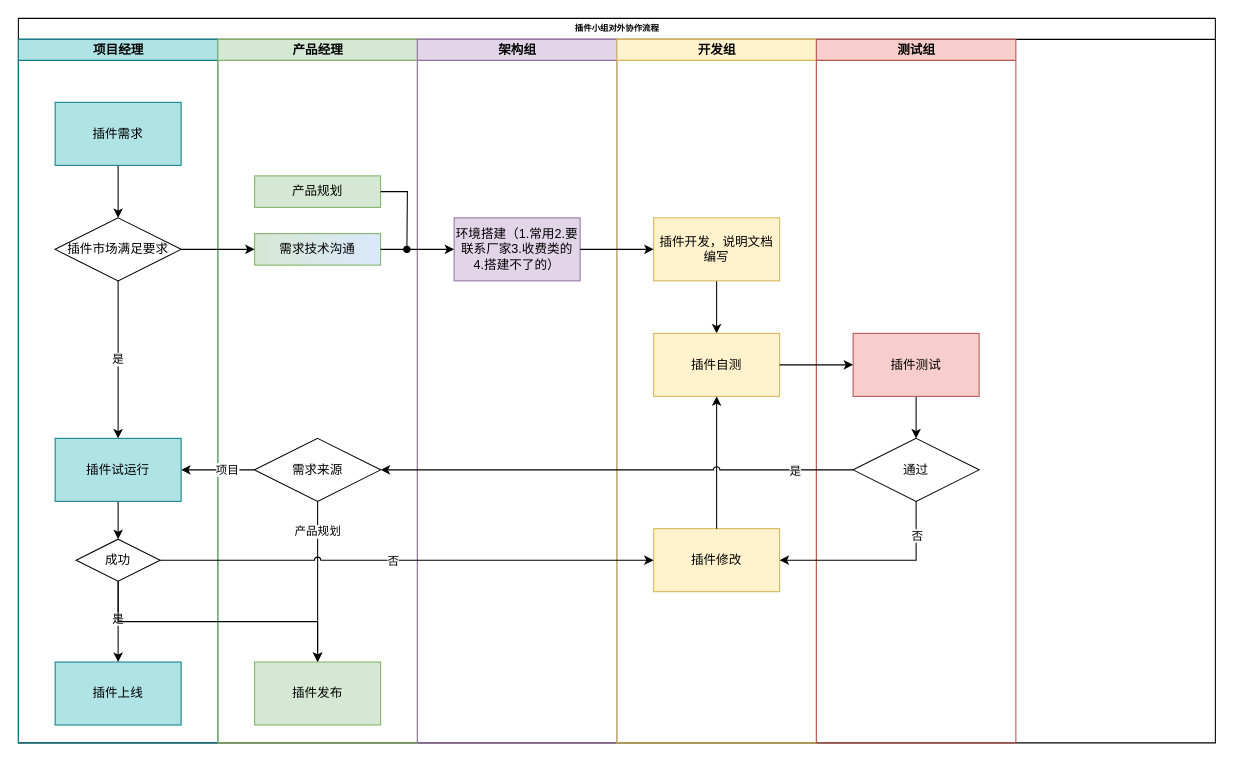
This is 简化版.drawio from chliang916/ceshi, a draw.io file, before an edit. Source tidied: cells renumbered, new cells numbered last; positions are measured from the earlier drawing's top-left corner, leaving out a move shared by most shapes. Both pictures are drawn from the tidied source at 105%, with x=0, y=0 at pixel (18, 18).
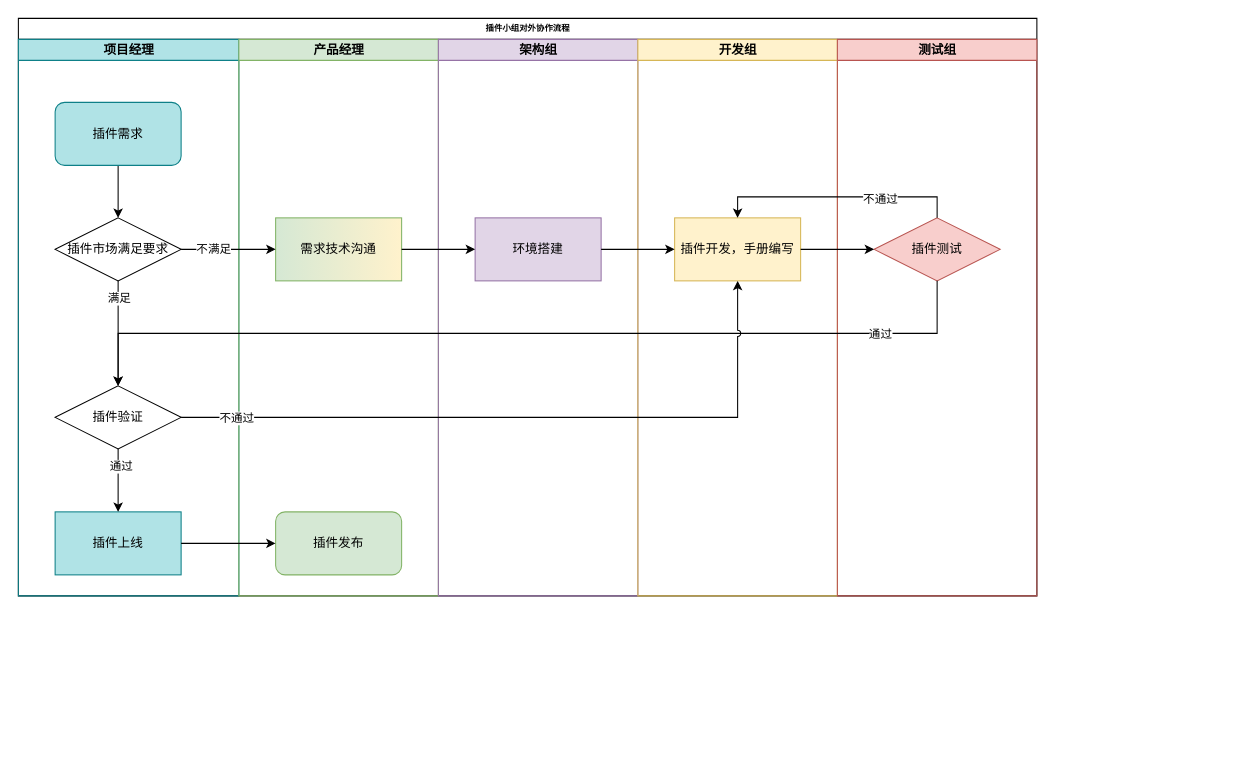
The same diagram, later.

The change refers to these unchanged cells:
```xml
<mxCell id="13" value="插件市场满足要求" style="rhombus;whiteSpace=wrap;html=1;fillColor=none;strokeColor=default;" parent="3" vertex="1">
  <mxGeometry x="35" y="170" width="120" height="60" as="geometry" />
</mxCell>
<mxCell id="44" style="edgeStyle=orthogonalEdgeStyle;rounded=0;jettySize=auto;html=1;entryX=0;entryY=0.5;entryDx=0;entryDy=0;" parent="2" edge="1" source="13" target="17">
  <mxGeometry relative="1" as="geometry" />
</mxCell>
```

The edit, as a diff of the source:
```diff
@@
     <mxCell id="2" value="插件小组对外协作流程" style="swimlane;html=1;startSize=20;rounded=0;shadow=0;labelBackgroundColor=none;strokeWidth=1;fontFamily=Verdana;fontSize=8;align=center;direction=east;swimlaneFillColor=none;" parent="1" vertex="1">
-      <mxGeometry width="1140" height="690" as="geometry" />
+      <mxGeometry width="970" height="550" as="geometry" />
     </mxCell>
     <mxCell id="3" value="项目经理" style="swimlane;html=1;startSize=20;fillColor=#B0E3E6;strokeColor=#0e8088;" parent="2" vertex="1">
-      <mxGeometry y="20" width="190" height="670" as="geometry" />
+      <mxGeometry y="20" width="210" height="530" as="geometry" />
     </mxCell>
@@
-    <mxCell id="5" value="插件需求" style="rounded=0;whiteSpace=wrap;html=1;fillColor=#b0e3e6;strokeColor=#0e8088;" parent="3" vertex="1">
+    <mxCell id="5" value="插件需求" style="rounded=1;whiteSpace=wrap;html=1;fillColor=#b0e3e6;strokeColor=#0e8088;" parent="3" vertex="1">
       <mxGeometry x="35" y="60" width="120" height="60" as="geometry" />
     </mxCell>
     <mxCell id="6" value="插件上线" style="rounded=0;whiteSpace=wrap;html=1;fillColor=#b0e3e6;strokeColor=#0e8088;" parent="3" vertex="1">
-      <mxGeometry x="35" y="593" width="120" height="60" as="geometry" />
+      <mxGeometry x="35" y="450" width="120" height="60" as="geometry" />
     </mxCell>
-    <mxCell id="7" style="edgeStyle=orthogonalEdgeStyle;rounded=0;sketch=0;jettySize=auto;html=1;entryX=0.5;entryY=0;entryDx=0;entryDy=0;shadow=0;" parent="3" edge="1" source="9" target="6">
-      <mxGeometry relative="1" as="geometry" />
-    </mxCell>
-    <mxCell id="8" value="是" style="edgeLabel;html=1;align=center;verticalAlign=middle;" parent="7" vertex="1">
-      <mxGeometry x="-0.08" y="-1" relative="1" as="geometry" />
-    </mxCell>
-    <mxCell id="9" value="成功" style="rhombus;whiteSpace=wrap;html=1;" parent="3" vertex="1">
-      <mxGeometry x="55" y="476" width="80" height="40" as="geometry" />
-    </mxCell>
-    <mxCell id="10" style="edgeStyle=orthogonalEdgeStyle;rounded=0;sketch=0;jettySize=auto;html=1;exitX=0.5;exitY=1;exitDx=0;exitDy=0;entryX=0.5;entryY=0;entryDx=0;entryDy=0;shadow=0;" parent="3" edge="1" source="11" target="9">
-      <mxGeometry relative="1" as="geometry" />
-    </mxCell>
-    <mxCell id="11" value="插件试运行" style="rounded=0;whiteSpace=wrap;html=1;fillColor=#b0e3e6;strokeColor=#0e8088;" parent="3" vertex="1">
-      <mxGeometry x="35" y="380" width="120" height="60" as="geometry" />
-    </mxCell>
-    <mxCell id="12" value="是" style="edgeStyle=orthogonalEdgeStyle;rounded=0;sketch=0;jettySize=auto;html=1;exitX=0.5;exitY=1;exitDx=0;exitDy=0;entryX=0.5;entryY=0;entryDx=0;entryDy=0;shadow=0;" parent="3" edge="1" source="13" target="11">
-      <mxGeometry relative="1" as="geometry" />
-    </mxCell>
+    <mxCell id="47" style="edgeStyle=orthogonalEdgeStyle;rounded=0;jettySize=auto;html=1;entryX=0.5;entryY=0;entryDx=0;entryDy=0;endArrow=classic;endFill=1;" parent="3" edge="1" source="13" target="51">
+      <mxGeometry relative="1" as="geometry" />
+    </mxCell>
+    <mxCell id="48" value="满足" style="edgeLabel;html=1;align=center;verticalAlign=middle;" parent="47" vertex="1">
+      <mxGeometry x="-0.68" relative="1" as="geometry" />
+    </mxCell>
@@
+    <mxCell id="49" style="edgeStyle=orthogonalEdgeStyle;rounded=0;jettySize=auto;html=1;entryX=0.5;entryY=0;entryDx=0;entryDy=0;endArrow=classic;endFill=1;" parent="3" edge="1" source="51" target="6">
+      <mxGeometry relative="1" as="geometry" />
+    </mxCell>
+    <mxCell id="50" value="通过" style="edgeLabel;html=1;align=center;verticalAlign=middle;" parent="49" vertex="1">
+      <mxGeometry x="-0.48" y="2" relative="1" as="geometry" />
+    </mxCell>
+    <mxCell id="51" value="插件验证" style="rhombus;whiteSpace=wrap;html=1;fillColor=none;strokeColor=default;" parent="3" vertex="1">
+      <mxGeometry x="35" y="330" width="120" height="60" as="geometry" />
+    </mxCell>
     <mxCell id="14" value="产品经理" style="swimlane;html=1;startSize=20;fillColor=#d5e8d4;strokeColor=#82b366;swimlaneFillColor=none;" parent="2" vertex="1">
-      <mxGeometry x="190" y="20" width="190" height="670" as="geometry" />
+      <mxGeometry x="210" y="20" width="190" height="530" as="geometry" />
     </mxCell>
-    <mxCell id="15" value="产品规划" style="rounded=0;whiteSpace=wrap;html=1;fillColor=#D5E8D4;strokeColor=#82b366;gradientDirection=east;" parent="14" vertex="1">
-      <mxGeometry x="35" y="130" width="120" height="30" as="geometry" />
-    </mxCell>
-    <mxCell id="16" value="插件发布" style="rounded=0;whiteSpace=wrap;html=1;fillColor=#d5e8d4;strokeColor=#82b366;" parent="14" vertex="1">
-      <mxGeometry x="35" y="593" width="120" height="60" as="geometry" />
+    <mxCell id="16" value="插件发布" style="rounded=1;whiteSpace=wrap;html=1;fillColor=#d5e8d4;strokeColor=#82b366;glass=0;sketch=0;shadow=0;" parent="14" vertex="1">
+      <mxGeometry x="35" y="450" width="120" height="60" as="geometry" />
     </mxCell>
-    <mxCell id="17" value="需求技术沟通" style="rounded=0;whiteSpace=wrap;html=1;fillColor=#d5e8d4;strokeColor=#82b366;gradientColor=#DAE8FC;gradientDirection=east;" parent="14" vertex="1">
-      <mxGeometry x="35" y="185" width="120" height="30" as="geometry" />
+    <mxCell id="17" value="需求技术沟通" style="rounded=0;whiteSpace=wrap;html=1;fillColor=#d5e8d4;strokeColor=#82b366;gradientDirection=east;gradientColor=#FFF2CC;" parent="14" vertex="1">
+      <mxGeometry x="35" y="170" width="120" height="60" as="geometry" />
     </mxCell>
-    <mxCell id="18" style="edgeStyle=orthogonalEdgeStyle;rounded=0;jettySize=auto;html=1;entryX=0.5;entryY=0;entryDx=0;entryDy=0;endArrow=classic;endFill=1;" parent="14" edge="1" source="20" target="16">
-      <mxGeometry relative="1" as="geometry" />
-    </mxCell>
-    <mxCell id="19" value="产品规划" style="edgeLabel;html=1;align=center;verticalAlign=middle;" parent="18" vertex="1">
-      <mxGeometry x="-0.64" y="-1" relative="1" as="geometry" />
-    </mxCell>
-    <mxCell id="20" value="需求来源" style="rhombus;whiteSpace=wrap;html=1;fillColor=none;strokeColor=default;" parent="14" vertex="1">
-      <mxGeometry x="35" y="380" width="120" height="60" as="geometry" />
-    </mxCell>
     <mxCell id="21" value="架构组" style="swimlane;html=1;startSize=20;fillColor=#e1d5e7;strokeColor=#9673a6;" parent="2" vertex="1">
-      <mxGeometry x="380" y="20" width="190" height="670" as="geometry" />
+      <mxGeometry x="400" y="20" width="190" height="530" as="geometry" />
     </mxCell>
-    <mxCell id="22" value="环境搭建（1.常用2.要联系厂家3.收费类的&lt;br&gt;4.搭建不了的）" style="rounded=0;whiteSpace=wrap;html=1;fillColor=#e1d5e7;strokeColor=#9673a6;" parent="21" vertex="1">
+    <mxCell id="22" value="环境搭建" style="rounded=0;whiteSpace=wrap;html=1;fillColor=#e1d5e7;strokeColor=#9673a6;" parent="21" vertex="1">
       <mxGeometry x="35" y="170" width="120" height="60" as="geometry" />
     </mxCell>
     <mxCell id="23" value="开发组" style="swimlane;html=1;startSize=20;direction=east;fillColor=#fff2cc;strokeColor=#d6b656;" parent="2" vertex="1">
-      <mxGeometry x="570" y="20" width="190" height="670" as="geometry" />
+      <mxGeometry x="590" y="20" width="190" height="530" as="geometry" />
     </mxCell>
-    <mxCell id="24" style="edgeStyle=orthogonalEdgeStyle;rounded=0;sketch=0;jettySize=auto;html=1;entryX=0.5;entryY=0;entryDx=0;entryDy=0;shadow=0;" parent="23" edge="1" source="25" target="26">
-      <mxGeometry relative="1" as="geometry" />
-    </mxCell>
-    <mxCell id="25" value="插件开发，说明文档编写" style="rounded=0;whiteSpace=wrap;html=1;fillColor=#fff2cc;strokeColor=#d6b656;" parent="23" vertex="1">
-      <mxGeometry x="35" y="170" width="120" height="60" as="geometry" />
-    </mxCell>
-    <mxCell id="26" value="插件自测" style="rounded=0;whiteSpace=wrap;html=1;fillColor=#fff2cc;strokeColor=#d6b656;" parent="23" vertex="1">
-      <mxGeometry x="35" y="280" width="120" height="60" as="geometry" />
-    </mxCell>
-    <mxCell id="27" value="插件修改" style="rounded=0;whiteSpace=wrap;html=1;fillColor=#fff2cc;strokeColor=#d6b656;" parent="23" vertex="1">
-      <mxGeometry x="35" y="466" width="120" height="60" as="geometry" />
-    </mxCell>
-    <mxCell id="28" style="edgeStyle=orthogonalEdgeStyle;rounded=0;jettySize=auto;html=1;entryX=0.5;entryY=1;entryDx=0;entryDy=0;" parent="23" edge="1" source="27" target="26">
-      <mxGeometry relative="1" as="geometry" />
-    </mxCell>
+    <mxCell id="52" value="插件开发，手册编写" style="rounded=0;whiteSpace=wrap;html=1;fillColor=#fff2cc;strokeColor=#d6b656;" parent="23" vertex="1">
+      <mxGeometry x="35" y="170" width="120" height="60" as="geometry" />
+    </mxCell>
     <mxCell id="29" value="测试组" style="swimlane;html=1;startSize=20;direction=east;fillColor=#f8cecc;strokeColor=#b85450;" parent="2" vertex="1">
-      <mxGeometry x="760" y="20" width="190" height="670" as="geometry" />
+      <mxGeometry x="780" y="20" width="190" height="530" as="geometry" />
     </mxCell>
-    <mxCell id="30" style="edgeStyle=orthogonalEdgeStyle;rounded=0;jettySize=auto;html=1;entryX=0.5;entryY=0;entryDx=0;entryDy=0;endArrow=classic;endFill=1;" parent="29" edge="1" source="31" target="32">
-      <mxGeometry relative="1" as="geometry" />
-    </mxCell>
-    <mxCell id="31" value="插件测试" style="rounded=0;whiteSpace=wrap;html=1;fillColor=#f8cecc;strokeColor=#b85450;" parent="29" vertex="1">
-      <mxGeometry x="35" y="280" width="120" height="60" as="geometry" />
+    <mxCell id="31" value="插件测试" style="rhombus;whiteSpace=wrap;html=1;fillColor=#f8cecc;strokeColor=#b85450;" parent="29" vertex="1">
+      <mxGeometry x="35" y="170" width="120" height="60" as="geometry" />
     </mxCell>
-    <mxCell id="32" value="通过" style="rhombus;whiteSpace=wrap;html=1;" parent="29" vertex="1">
-      <mxGeometry x="35" y="380" width="120" height="60" as="geometry" />
-    </mxCell>
-    <mxCell id="33" style="edgeStyle=orthogonalEdgeStyle;rounded=0;sketch=0;jettySize=auto;html=1;exitX=0.5;exitY=1;exitDx=0;exitDy=0;entryX=0.5;entryY=0;entryDx=0;entryDy=0;shadow=0;" parent="2" edge="1" source="9" target="16">
-      <mxGeometry relative="1" as="geometry" />
-    </mxCell>
-    <mxCell id="34" style="edgeStyle=orthogonalEdgeStyle;rounded=0;sketch=0;jettySize=auto;html=1;exitX=1;exitY=0.5;exitDx=0;exitDy=0;entryX=0;entryY=0.5;entryDx=0;entryDy=0;shadow=0;jumpStyle=arc;" parent="2" edge="1" source="9" target="27">
-      <mxGeometry relative="1" as="geometry" />
-    </mxCell>
-    <mxCell id="35" value="否" style="edgeLabel;html=1;align=center;verticalAlign=middle;" parent="34" vertex="1">
-      <mxGeometry x="-0.06" relative="1" as="geometry" />
-    </mxCell>
-    <mxCell id="36" style="edgeStyle=orthogonalEdgeStyle;rounded=0;jettySize=auto;html=1;entryX=1;entryY=0.5;entryDx=0;entryDy=0;endArrow=classic;endFill=1;" parent="2" edge="1" source="20" target="11">
-      <mxGeometry relative="1" as="geometry" />
-    </mxCell>
-    <mxCell id="37" value="项目" style="edgeLabel;html=1;align=center;verticalAlign=middle;" parent="36" vertex="1">
-      <mxGeometry x="-0.23" y="-1" relative="1" as="geometry" />
-    </mxCell>
-    <mxCell id="38" style="edgeStyle=orthogonalEdgeStyle;rounded=0;jumpStyle=arc;jettySize=auto;html=1;entryX=1;entryY=0.5;entryDx=0;entryDy=0;endArrow=classic;endFill=1;" parent="2" edge="1" source="32" target="20">
-      <mxGeometry relative="1" as="geometry" />
-    </mxCell>
-    <mxCell id="39" value="是" style="edgeLabel;html=1;align=center;verticalAlign=middle;" parent="38" vertex="1">
-      <mxGeometry x="-0.75" relative="1" as="geometry" />
-    </mxCell>
-    <mxCell id="40" style="edgeStyle=orthogonalEdgeStyle;rounded=0;jumpStyle=none;jettySize=auto;html=1;exitX=0.5;exitY=1;exitDx=0;exitDy=0;entryX=1;entryY=0.5;entryDx=0;entryDy=0;endArrow=classic;endFill=1;" parent="2" edge="1" source="32" target="27">
-      <mxGeometry relative="1" as="geometry" />
-    </mxCell>
-    <mxCell id="41" value="否" style="edgeLabel;html=1;align=center;verticalAlign=middle;" parent="40" vertex="1">
-      <mxGeometry x="-0.66" relative="1" as="geometry" />
-    </mxCell>
-    <mxCell id="42" style="edgeStyle=orthogonalEdgeStyle;rounded=0;jumpStyle=arc;jettySize=auto;html=1;entryX=0;entryY=0.5;entryDx=0;entryDy=0;endArrow=classic;endFill=1;" parent="2" edge="1" source="22" target="25">
-      <mxGeometry relative="1" as="geometry" />
-    </mxCell>
-    <mxCell id="43" style="edgeStyle=orthogonalEdgeStyle;rounded=0;jettySize=auto;html=1;entryX=0;entryY=0.5;entryDx=0;entryDy=0;" parent="2" edge="1" source="26" target="31">
-      <mxGeometry relative="1" as="geometry" />
-    </mxCell>
@@
+    <mxCell id="53" value="不满足" style="edgeLabel;html=1;align=center;verticalAlign=middle;" parent="44" vertex="1">
+      <mxGeometry x="-0.34" y="1" relative="1" as="geometry" />
+    </mxCell>
@@
-    <mxCell id="46" style="edgeStyle=orthogonalEdgeStyle;rounded=0;jettySize=auto;html=1;endArrow=oval;endFill=1;" parent="1" edge="1" source="15">
-      <mxGeometry relative="1" as="geometry">
-        <mxPoint x="370" y="220" as="targetPoint" />
-      </mxGeometry>
-    </mxCell>
+    <mxCell id="54" style="edgeStyle=orthogonalEdgeStyle;rounded=0;jettySize=auto;html=1;entryX=0;entryY=0.5;entryDx=0;entryDy=0;endArrow=classic;endFill=1;" parent="2" edge="1" source="6" target="16">
+      <mxGeometry relative="1" as="geometry" />
+    </mxCell>
+    <mxCell id="55" style="edgeStyle=orthogonalEdgeStyle;rounded=0;jettySize=auto;html=1;entryX=0;entryY=0.5;entryDx=0;entryDy=0;endArrow=classic;endFill=1;" parent="2" edge="1" source="22" target="52">
+      <mxGeometry relative="1" as="geometry" />
+    </mxCell>
+    <mxCell id="56" style="edgeStyle=orthogonalEdgeStyle;rounded=0;jettySize=auto;html=1;entryX=0.5;entryY=0;entryDx=0;entryDy=0;endArrow=classic;endFill=1;jumpStyle=arc;exitX=0.5;exitY=1;exitDx=0;exitDy=0;" parent="2" edge="1" source="31" target="51">
+      <mxGeometry relative="1" as="geometry" />
+    </mxCell>
+    <mxCell id="57" value="通过" style="edgeLabel;html=1;align=center;verticalAlign=middle;" parent="56" vertex="1">
+      <mxGeometry x="-0.25" y="3" relative="1" as="geometry">
+        <mxPoint x="225" y="-3" as="offset" />
+      </mxGeometry>
+    </mxCell>
+    <mxCell id="58" style="edgeStyle=orthogonalEdgeStyle;rounded=0;jumpStyle=arc;jettySize=auto;html=1;entryX=0.5;entryY=1;entryDx=0;entryDy=0;endArrow=classic;endFill=1;" parent="2" edge="1" source="51" target="52">
+      <mxGeometry relative="1" as="geometry" />
+    </mxCell>
+    <mxCell id="59" value="不通过" style="edgeLabel;html=1;align=center;verticalAlign=middle;" parent="58" vertex="1">
+      <mxGeometry x="-0.43" relative="1" as="geometry">
+        <mxPoint x="-136" as="offset" />
+      </mxGeometry>
+    </mxCell>
+    <mxCell id="60" style="edgeStyle=orthogonalEdgeStyle;rounded=0;jumpStyle=arc;jettySize=auto;html=1;exitX=0.5;exitY=0;exitDx=0;exitDy=0;entryX=0.5;entryY=0;entryDx=0;entryDy=0;endArrow=classic;endFill=1;" parent="2" edge="1" source="31" target="52">
+      <mxGeometry relative="1" as="geometry" />
+    </mxCell>
+    <mxCell id="61" value="不通过" style="edgeLabel;html=1;align=center;verticalAlign=middle;" parent="60" vertex="1">
+      <mxGeometry x="-0.35" y="1" relative="1" as="geometry" />
+    </mxCell>
+    <mxCell id="62" style="edgeStyle=orthogonalEdgeStyle;rounded=0;jumpStyle=arc;jettySize=auto;html=1;entryX=0;entryY=0.5;entryDx=0;entryDy=0;endArrow=classic;endFill=1;" parent="2" edge="1" source="52" target="31">
+      <mxGeometry relative="1" as="geometry" />
+    </mxCell>
```
